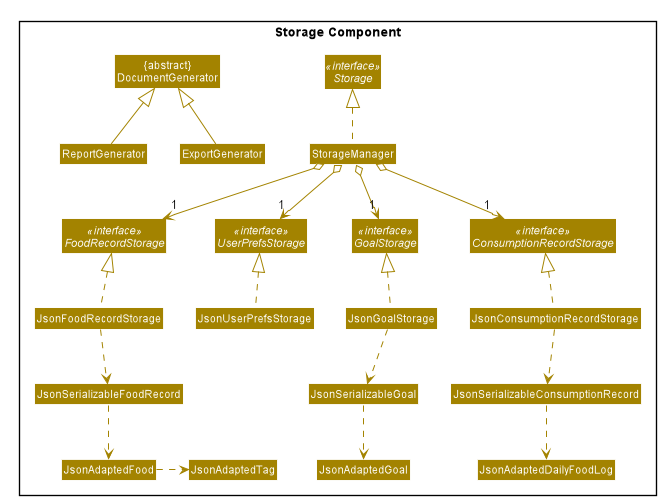
This is docs/images/StorageClassDiagram.png from ray-97/main, a PlantUML export, as it was before one commit.
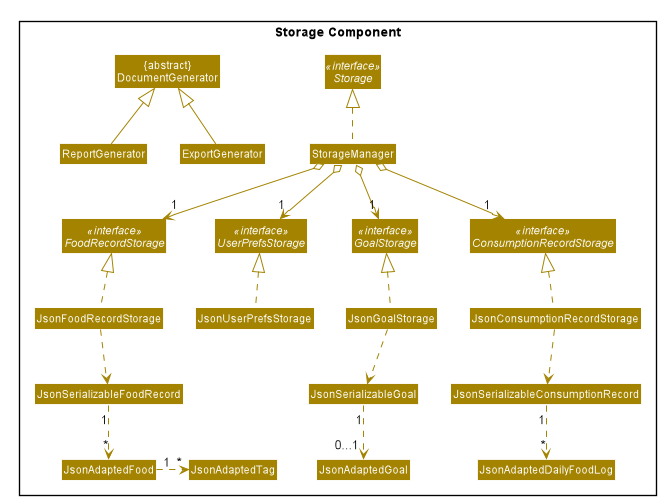
Later version of the same file.

Commit message:
Update DG section 3.5 UML diagram and description. Currently up to date, finalised part.

Change to the diagram source:
```diff
@@ -85,17 +85,17 @@
 
 JsonConsumptionRecordStorage .up.|> ConsumptionRecordStorage
 JsonConsumptionRecordStorage .down.> JsonSerializableConsumptionRecord
-JsonSerializableConsumptionRecord .down.> JsonAdaptedDailyFoodLog
+JsonSerializableConsumptionRecord "1" .down.> "*" JsonAdaptedDailyFoodLog
 
 JsonGoalStorage .up.|> GoalStorage
 JsonGoalStorage ..> JsonSerializableGoal
-JsonSerializableGoal ..> JsonAdaptedGoal
+JsonSerializableGoal "1" ..> "0...1" JsonAdaptedGoal
 
 JsonUserPrefsStorage .up.|> UserPrefsStorage
 
 JsonFoodRecordStorage .up.|> FoodRecordStorage
 JsonFoodRecordStorage .down.> JsonSerializableFoodRecord
-JsonSerializableFoodRecord .down.> JsonAdaptedFood
-JsonAdaptedFood .right.> JsonAdaptedTag
+JsonSerializableFoodRecord "1" .down.> "*" JsonAdaptedFood
+JsonAdaptedFood "1" .right.> "*" JsonAdaptedTag
 }
 @enduml
```
